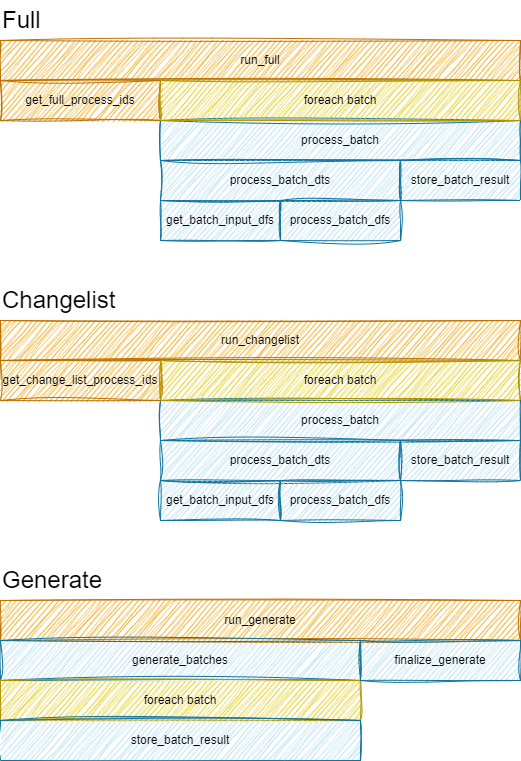
epoch8/datapipe keeps this draw.io diagram as docs/source/transformation-lifecycle.png. Above is the earlier version. Source tidied: cells renumbered, new cells last; positions are measured from the earlier drawing's top-left corner, leaving out a move shared by most shapes.
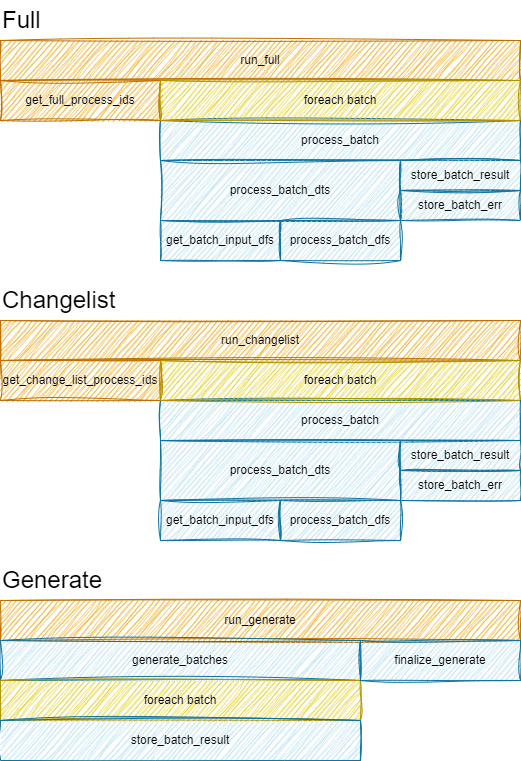
Later version of the same file.

Commit message:
correctly store transform statuses in DB

Change to the diagram source:
```diff
@@ -15,16 +15,16 @@
       <mxGeometry x="160" y="80" width="360" height="40" as="geometry" />
     </mxCell>
     <mxCell id="6" value="process_batch_dts" style="rounded=0;whiteSpace=wrap;html=1;fillColor=#b1ddf0;strokeColor=#10739e;strokeWidth=1;perimeterSpacing=0;glass=0;sketch=1;curveFitting=1;jiggle=2;shadow=0;" parent="1" vertex="1">
-      <mxGeometry x="160" y="160" width="240" height="40" as="geometry" />
+      <mxGeometry x="160" y="160" width="240" height="60" as="geometry" />
     </mxCell>
     <mxCell id="7" value="store_batch_result" style="rounded=0;whiteSpace=wrap;html=1;fillColor=#b1ddf0;strokeColor=#10739e;strokeWidth=1;perimeterSpacing=0;glass=0;sketch=1;curveFitting=1;jiggle=2;shadow=0;" parent="1" vertex="1">
-      <mxGeometry x="400" y="160" width="120" height="40" as="geometry" />
+      <mxGeometry x="400" y="160" width="120" height="30" as="geometry" />
     </mxCell>
     <mxCell id="8" value="get_batch_input_dfs" style="rounded=0;whiteSpace=wrap;html=1;fillColor=#b1ddf0;strokeColor=#10739e;strokeWidth=1;perimeterSpacing=0;glass=0;sketch=1;curveFitting=1;jiggle=2;shadow=0;" parent="1" vertex="1">
-      <mxGeometry x="160" y="200" width="120" height="40" as="geometry" />
+      <mxGeometry x="160" y="220" width="120" height="40" as="geometry" />
     </mxCell>
     <mxCell id="9" value="process_batch_dfs" style="rounded=0;whiteSpace=wrap;html=1;fillColor=#b1ddf0;strokeColor=#10739e;strokeWidth=1;perimeterSpacing=0;glass=0;sketch=1;curveFitting=1;jiggle=2;shadow=0;" parent="1" vertex="1">
-      <mxGeometry x="280" y="200" width="120" height="40" as="geometry" />
+      <mxGeometry x="280" y="220" width="120" height="40" as="geometry" />
     </mxCell>
     <mxCell id="10" value="run_changelist" style="rounded=0;whiteSpace=wrap;html=1;fillColor=#f0a30a;strokeColor=#BD7000;strokeWidth=1;perimeterSpacing=0;glass=0;sketch=1;curveFitting=1;jiggle=2;shadow=0;fontColor=#000000;" parent="1" vertex="1">
       <mxGeometry y="320" width="520" height="40" as="geometry" />
@@ -38,18 +38,12 @@
     <mxCell id="13" value="foreach batch" style="rounded=0;whiteSpace=wrap;html=1;fillColor=#e3c800;strokeColor=#B09500;fontColor=#000000;strokeWidth=1;perimeterSpacing=0;glass=0;sketch=1;curveFitting=1;jiggle=2;shadow=0;" parent="1" vertex="1">
       <mxGeometry x="160" y="360" width="360" height="40" as="geometry" />
     </mxCell>
-    <mxCell id="14" value="process_batch_dts" style="rounded=0;whiteSpace=wrap;html=1;fillColor=#b1ddf0;strokeColor=#10739e;strokeWidth=1;perimeterSpacing=0;glass=0;sketch=1;curveFitting=1;jiggle=2;shadow=0;" parent="1" vertex="1">
-      <mxGeometry x="160" y="440" width="240" height="40" as="geometry" />
-    </mxCell>
     <mxCell id="15" value="get_batch_input_dfs" style="rounded=0;whiteSpace=wrap;html=1;fillColor=#b1ddf0;strokeColor=#10739e;strokeWidth=1;perimeterSpacing=0;glass=0;sketch=1;curveFitting=1;jiggle=2;shadow=0;" parent="1" vertex="1">
-      <mxGeometry x="160" y="480" width="120" height="40" as="geometry" />
+      <mxGeometry x="160" y="500" width="120" height="40" as="geometry" />
     </mxCell>
     <mxCell id="16" value="process_batch_dfs" style="rounded=0;whiteSpace=wrap;html=1;fillColor=#b1ddf0;strokeColor=#10739e;strokeWidth=1;perimeterSpacing=0;glass=0;sketch=1;curveFitting=1;jiggle=2;shadow=0;" parent="1" vertex="1">
-      <mxGeometry x="280" y="480" width="120" height="40" as="geometry" />
+      <mxGeometry x="280" y="500" width="120" height="40" as="geometry" />
     </mxCell>
-    <mxCell id="17" value="store_batch_result" style="rounded=0;whiteSpace=wrap;html=1;fillColor=#b1ddf0;strokeColor=#10739e;strokeWidth=1;perimeterSpacing=0;glass=0;sketch=1;curveFitting=1;jiggle=2;shadow=0;" parent="1" vertex="1">
-      <mxGeometry x="400" y="440" width="120" height="40" as="geometry" />
-    </mxCell>
     <mxCell id="18" value="run_generate" style="rounded=0;whiteSpace=wrap;html=1;fillColor=#f0a30a;strokeColor=#BD7000;strokeWidth=1;perimeterSpacing=0;glass=0;sketch=1;curveFitting=1;jiggle=2;shadow=0;fontColor=#000000;" parent="1" vertex="1">
       <mxGeometry y="600" width="520" height="40" as="geometry" />
     </mxCell>
@@ -74,5 +68,17 @@
     <mxCell id="25" value="Generate" style="text;html=1;strokeColor=none;fillColor=none;align=left;verticalAlign=middle;whiteSpace=wrap;rounded=0;fontSize=24;" parent="1" vertex="1">
       <mxGeometry y="560" width="280" height="40" as="geometry" />
     </mxCell>
+    <mxCell id="26" value="store_batch_err" style="rounded=0;whiteSpace=wrap;html=1;fillColor=#b1ddf0;strokeColor=#10739e;strokeWidth=1;perimeterSpacing=0;glass=0;sketch=1;curveFitting=1;jiggle=2;shadow=0;" parent="1" vertex="1">
+      <mxGeometry x="400" y="190" width="120" height="30" as="geometry" />
+    </mxCell>
+    <mxCell id="14" value="process_batch_dts" style="rounded=0;whiteSpace=wrap;html=1;fillColor=#b1ddf0;strokeColor=#10739e;strokeWidth=1;perimeterSpacing=0;glass=0;sketch=1;curveFitting=1;jiggle=2;shadow=0;" parent="1" vertex="1">
+      <mxGeometry x="160" y="440" width="240" height="60" as="geometry" />
+    </mxCell>
+    <mxCell id="17" value="store_batch_result" style="rounded=0;whiteSpace=wrap;html=1;fillColor=#b1ddf0;strokeColor=#10739e;strokeWidth=1;perimeterSpacing=0;glass=0;sketch=1;curveFitting=1;jiggle=2;shadow=0;" parent="1" vertex="1">
+      <mxGeometry x="400" y="440" width="120" height="30" as="geometry" />
+    </mxCell>
+    <mxCell id="27" value="store_batch_err" style="rounded=0;whiteSpace=wrap;html=1;fillColor=#b1ddf0;strokeColor=#10739e;strokeWidth=1;perimeterSpacing=0;glass=0;sketch=1;curveFitting=1;jiggle=2;shadow=0;" parent="1" vertex="1">
+      <mxGeometry x="400" y="470" width="120" height="30" as="geometry" />
+    </mxCell>
   </root>
 </mxGraphModel>
```
